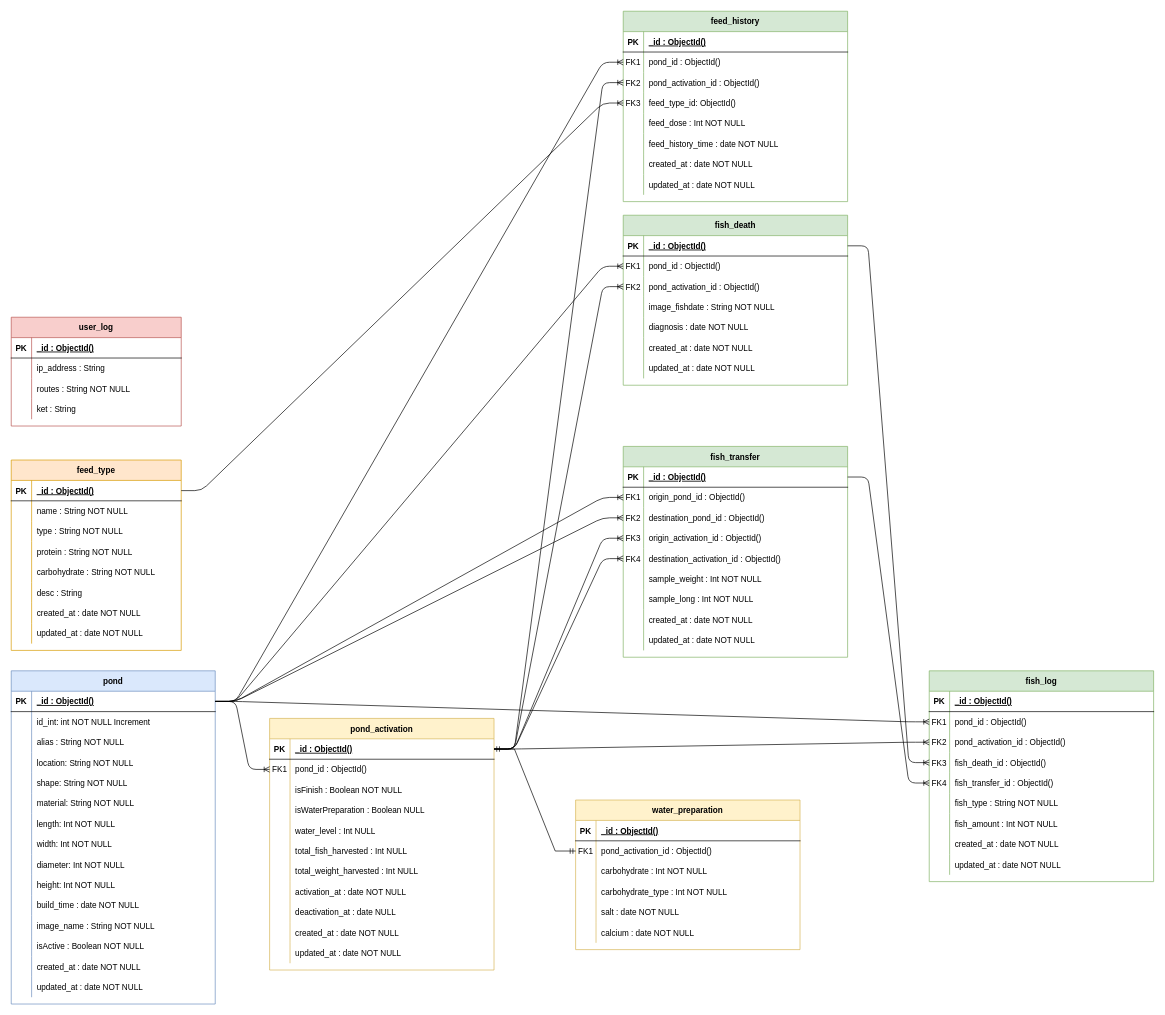
andrirahmanto/backendserverfishculture keeps this draw.io diagram as doc/Sprint07/diagram database/database.drawio. Above is the earlier version. Source tidied: cells renumbered, new cells numbered last; positions are measured from the earlier drawing's top-left corner, leaving out a move shared by most shapes. Both pictures are drawn from the tidied source at 68%, with x=0, y=0 at pixel (11, 11).
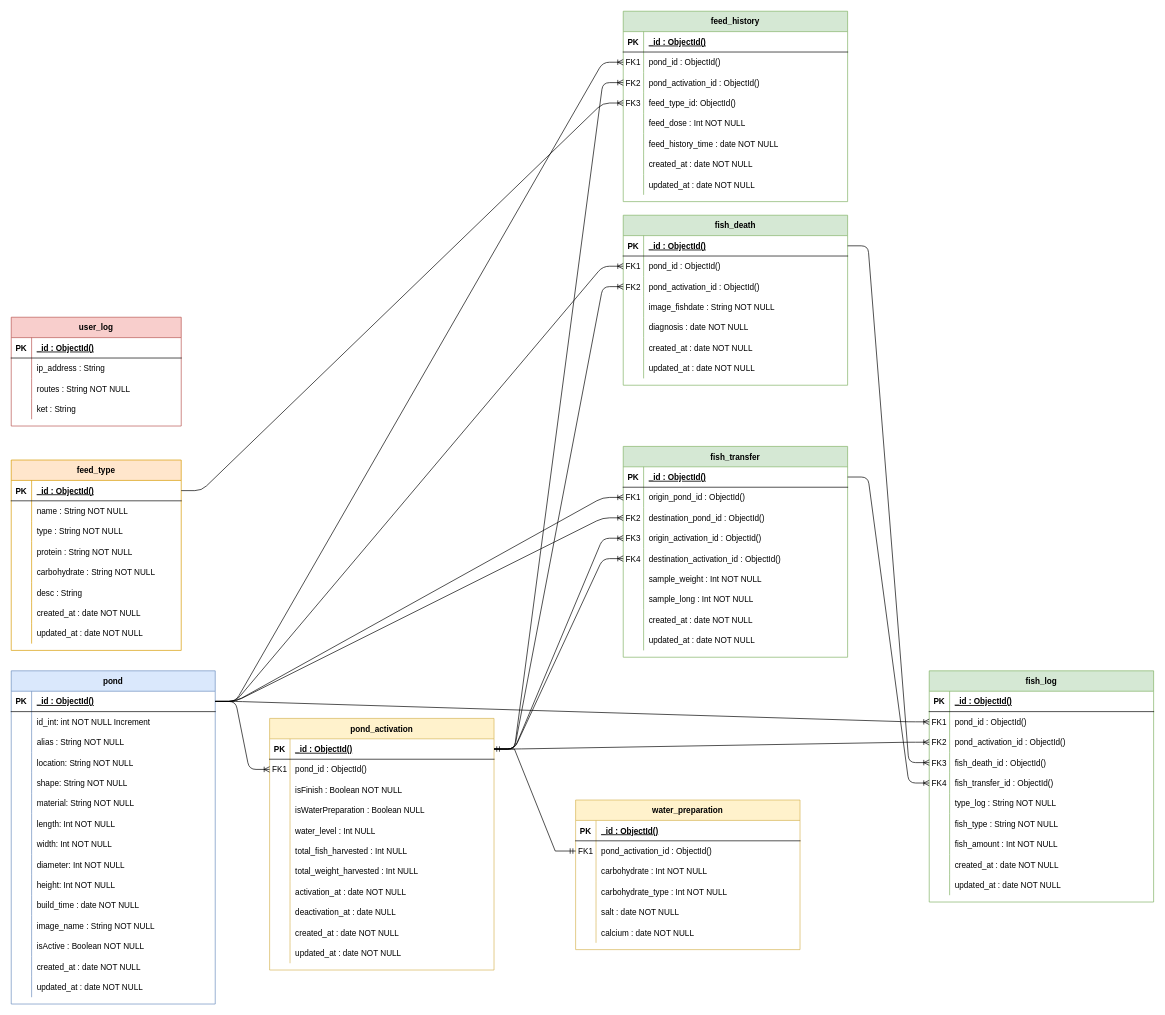
The same diagram, later.

Commit message (it also covers changes not shown here):
docs: update database design

What changed in the source:
```diff
@@
     <mxCell id="193" value="fish_log" style="shape=table;startSize=30;childLayout=tableLayout;rowLines=0;fontStyle=1;align=center;fillColor=#d5e8d4;strokeColor=#82b366;" parent="1" vertex="1">
-      <mxGeometry x="1350" y="970" width="330" height="310" as="geometry" />
+      <mxGeometry x="1350" y="970" width="330" height="340" as="geometry" />
     </mxCell>
@@
+    <mxCell id="257" style="shape=partialRectangle;fillColor=none;top=0;left=0;right=0;bottom=0;" parent="193" vertex="1">
+      <mxGeometry y="180" width="330" height="30" as="geometry" />
+    </mxCell>
+    <mxCell id="258" style="shape=partialRectangle;overflow=hidden;fillColor=none;top=0;left=0;bottom=0;right=0;" parent="257" vertex="1">
+      <mxGeometry width="30" height="30" as="geometry" />
+    </mxCell>
+    <mxCell id="259" value="type_log : String NOT NULL" style="shape=partialRectangle;overflow=hidden;fillColor=none;top=0;left=0;bottom=0;right=0;align=left;spacingLeft=6;" parent="257" vertex="1">
+      <mxGeometry x="30" width="300" height="30" as="geometry" />
+    </mxCell>
     <mxCell id="209" style="shape=partialRectangle;fillColor=none;top=0;left=0;right=0;bottom=0;" parent="193" vertex="1">
-      <mxGeometry y="180" width="330" height="30" as="geometry" />
+      <mxGeometry y="210" width="330" height="30" as="geometry" />
     </mxCell>
@@
     <mxCell id="212" style="shape=partialRectangle;fillColor=none;top=0;left=0;right=0;bottom=0;" parent="193" vertex="1">
-      <mxGeometry y="210" width="330" height="30" as="geometry" />
+      <mxGeometry y="240" width="330" height="30" as="geometry" />
     </mxCell>
@@
     <mxCell id="215" style="shape=partialRectangle;fillColor=none;top=0;left=0;right=0;bottom=0;" parent="193" vertex="1">
-      <mxGeometry y="240" width="330" height="30" as="geometry" />
+      <mxGeometry y="270" width="330" height="30" as="geometry" />
     </mxCell>
@@
     <mxCell id="218" style="shape=partialRectangle;fillColor=none;top=0;left=0;right=0;bottom=0;" parent="193" vertex="1">
-      <mxGeometry y="270" width="330" height="30" as="geometry" />
+      <mxGeometry y="300" width="330" height="30" as="geometry" />
     </mxCell>
```
